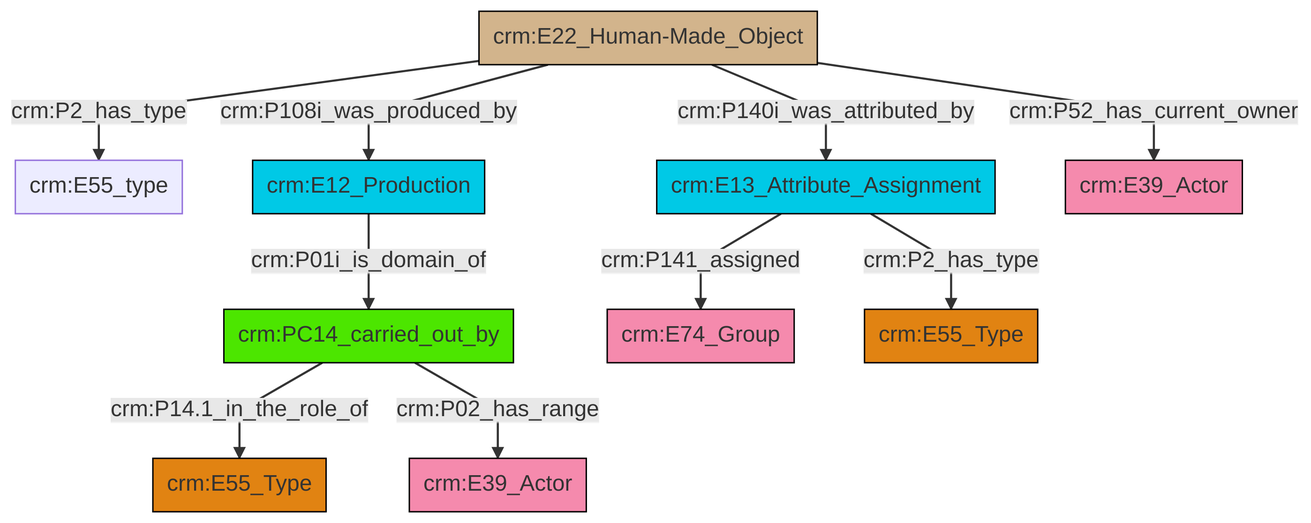
swiss-art-research-net/reference-data-models keeps this Mermaid diagram as et/builtWorkCSV/ttl/mmd/png/Built_Work_actor_relations.png. Above is the earlier version. Its source is kept beside it as et/builtWorkCSV/ttl/mmd/Built_Work_actor_relations.ttl.mmd.
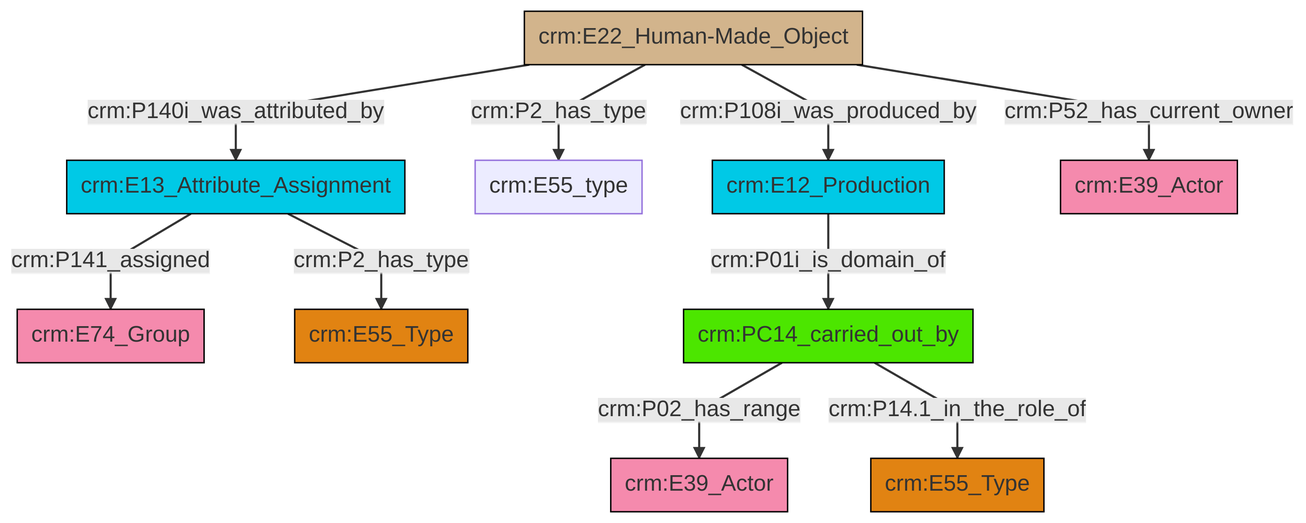
The same file after the commit.

What changed in the source:
```diff
@@ -13,12 +13,12 @@
 classDef PC_Classes fill:#4ce600, stroke:#000000;
 classDef Multi fill:#cccccc,stroke:#000000;
 
-0["crm:E13_Attribute_Assignment"]:::Temporal_Entity -->|crm:P141_assigned| 2["crm:E74_Group"]:::Actor
-3["crm:E22_Human-Made_Object"]:::Physical_Thing -->|crm:P2_has_type| 4["crm:E55_type"]:::Default
-3["crm:E22_Human-Made_Object"]:::Physical_Thing -->|crm:P108i_was_produced_by| 7["crm:E12_Production"]:::Temporal_Entity
-10["crm:PC14_carried_out_by"]:::PC_Classes -->|crm:P14.1_in_the_role_of| 12["crm:E55_Type"]:::Type
-7["crm:E12_Production"]:::Temporal_Entity -->|crm:P01i_is_domain_of| 10["crm:PC14_carried_out_by"]:::PC_Classes
-3["crm:E22_Human-Made_Object"]:::Physical_Thing -->|crm:P140i_was_attributed_by| 0["crm:E13_Attribute_Assignment"]:::Temporal_Entity
-0["crm:E13_Attribute_Assignment"]:::Temporal_Entity -->|crm:P2_has_type| 15["crm:E55_Type"]:::Type
-3["crm:E22_Human-Made_Object"]:::Physical_Thing -->|crm:P52_has_current_owner| 5["crm:E39_Actor"]:::Actor
-10["crm:PC14_carried_out_by"]:::PC_Classes -->|crm:P02_has_range| 19["crm:E39_Actor"]:::Actor
+2["crm:E22_Human-Made_Object"]:::Physical_Thing -->|crm:P108i_was_produced_by| 3["crm:E12_Production"]:::Temporal_Entity
+2["crm:E22_Human-Made_Object"]:::Physical_Thing -->|crm:P2_has_type| 4["crm:E55_type"]:::Default
+5["crm:E13_Attribute_Assignment"]:::Temporal_Entity -->|crm:P141_assigned| 0["crm:E74_Group"]:::Actor
+2["crm:E22_Human-Made_Object"]:::Physical_Thing -->|crm:P52_has_current_owner| 11["crm:E39_Actor"]:::Actor
+13["crm:PC14_carried_out_by"]:::PC_Classes -->|crm:P02_has_range| 14["crm:E39_Actor"]:::Actor
+5["crm:E13_Attribute_Assignment"]:::Temporal_Entity -->|crm:P2_has_type| 6["crm:E55_Type"]:::Type
+13["crm:PC14_carried_out_by"]:::PC_Classes -->|crm:P14.1_in_the_role_of| 17["crm:E55_Type"]:::Type
+3["crm:E12_Production"]:::Temporal_Entity -->|crm:P01i_is_domain_of| 13["crm:PC14_carried_out_by"]:::PC_Classes
+2["crm:E22_Human-Made_Object"]:::Physical_Thing -->|crm:P140i_was_attributed_by| 5["crm:E13_Attribute_Assignment"]:::Temporal_Entity
```
